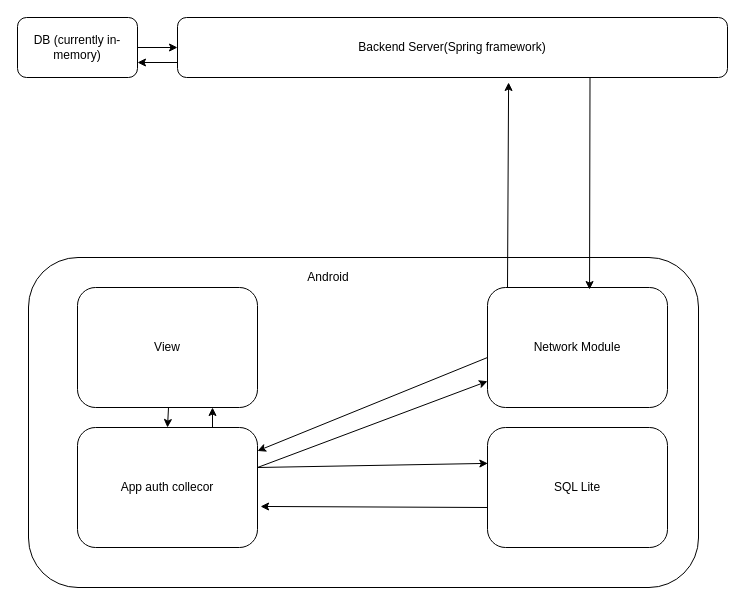
Earlier version of the draw.io diagram docs/architecture1.drawio (yeongyeongkim/pbl5_team7). Source tidied: cells renumbered, new cells numbered last; positions are measured from the earlier drawing's top-left corner, leaving out a move shared by most shapes. Both pictures are drawn from the tidied source at 100%, with x=0, y=0 at pixel (17, 17).
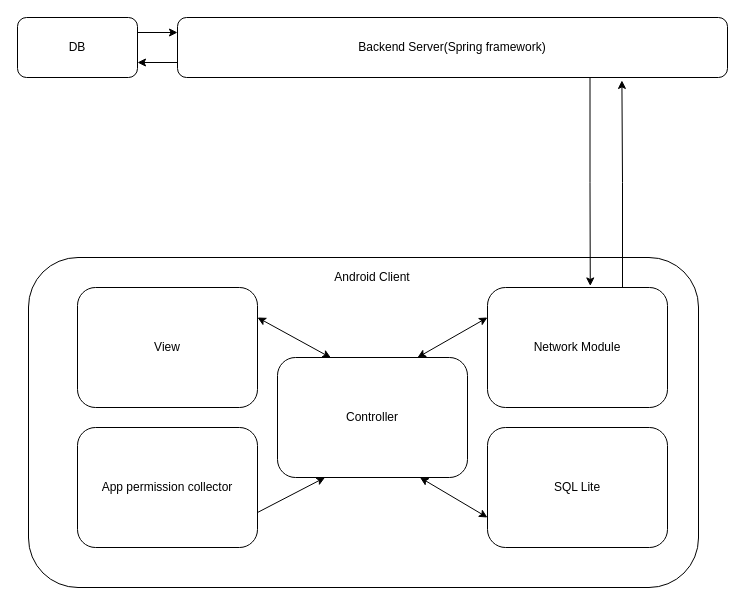
The same page after the edit.

Unchanged cells that the change refers to:
```xml
<mxCell id="3" value="Backend Server(Spring framework)" style="rounded=1;whiteSpace=wrap;html=1;" parent="1" vertex="1">
  <mxGeometry x="160" width="550" height="60" as="geometry" />
</mxCell>
<mxCell id="5" value="View" style="rounded=1;whiteSpace=wrap;html=1;" parent="1" vertex="1">
  <mxGeometry x="60" y="270" width="180" height="120" as="geometry" />
</mxCell>
<mxCell id="6" value="Network Module" style="rounded=1;whiteSpace=wrap;html=1;" parent="1" vertex="1">
  <mxGeometry x="470" y="270" width="180" height="120" as="geometry" />
</mxCell>
<mxCell id="8" value="SQL Lite" style="rounded=1;whiteSpace=wrap;html=1;" parent="1" vertex="1">
  <mxGeometry x="470" y="410" width="180" height="120" as="geometry" />
</mxCell>
```

Diff of the diagram source:
```diff
@@
+    <mxCell id="20" style="edgeStyle=orthogonalEdgeStyle;rounded=0;jettySize=auto;html=1;exitX=1;exitY=0.25;exitDx=0;exitDy=0;entryX=0;entryY=0.25;entryDx=0;entryDy=0;" parent="1" edge="1" source="2" target="3">
+      <mxGeometry relative="1" as="geometry" />
+    </mxCell>
-    <mxCell id="2" value="DB (currently in-&lt;br&gt;memory)" style="rounded=1;whiteSpace=wrap;html=1;" parent="1" vertex="1">
+    <mxCell id="2" value="DB" style="rounded=1;whiteSpace=wrap;html=1;" parent="1" vertex="1">
       <mxGeometry width="120" height="60" as="geometry" />
     </mxCell>
+    <mxCell id="12" style="edgeStyle=orthogonalEdgeStyle;rounded=0;jettySize=auto;html=1;exitX=0;exitY=0.75;exitDx=0;exitDy=0;entryX=1;entryY=0.75;entryDx=0;entryDy=0;" parent="1" edge="1" source="3" target="2">
+      <mxGeometry relative="1" as="geometry" />
+    </mxCell>
@@
+    <mxCell id="21" style="edgeStyle=orthogonalEdgeStyle;rounded=0;jettySize=auto;html=1;exitX=0.75;exitY=0;exitDx=0;exitDy=0;entryX=0.808;entryY=1.049;entryDx=0;entryDy=0;entryPerimeter=0;" parent="1" edge="1" source="6" target="3">
+      <mxGeometry relative="1" as="geometry" />
+    </mxCell>
@@
-    <mxCell id="7" value="App auth collecor" style="rounded=1;whiteSpace=wrap;html=1;" parent="1" vertex="1">
+    <mxCell id="7" value="App permission collector" style="rounded=1;whiteSpace=wrap;html=1;" parent="1" vertex="1">
       <mxGeometry x="60" y="410" width="180" height="120" as="geometry" />
     </mxCell>
@@
-    <mxCell id="9" style="endArrow=classic;html=1;entryX=0.602;entryY=1.083;entryDx=0;entryDy=0;entryPerimeter=0;" parent="1" edge="1" target="3">
-      <mxGeometry relative="1" as="geometry">
-        <mxPoint x="490" y="270" as="sourcePoint" />
-      </mxGeometry>
-    </mxCell>
+    <mxCell id="19" value="Android Client" style="text;html=1;strokeColor=none;fillColor=none;align=center;verticalAlign=middle;whiteSpace=wrap;rounded=0;" parent="1" vertex="1">
+      <mxGeometry x="305" y="240" width="100" height="40" as="geometry" />
+    </mxCell>
+    <mxCell id="22" value="Controller" style="rounded=1;whiteSpace=wrap;html=1;" parent="1" vertex="1">
+      <mxGeometry x="260" y="340" width="190" height="120" as="geometry" />
+    </mxCell>
-    <mxCell id="10" style="endArrow=classic;html=1;exitX=0.75;exitY=1;exitDx=0;exitDy=0;entryX=0.567;entryY=0.017;entryDx=0;entryDy=0;entryPerimeter=0;" parent="1" edge="1" source="3" target="6">
+    <mxCell id="10" style="edgeStyle=orthogonalEdgeStyle;rounded=0;jettySize=auto;html=1;exitX=0.75;exitY=1;exitDx=0;exitDy=0;entryX=0.571;entryY=-0.013;entryDx=0;entryDy=0;entryPerimeter=0;" parent="1" edge="1" source="3" target="6">
       <mxGeometry relative="1" as="geometry" />
     </mxCell>
-    <mxCell id="11" style="endArrow=classic;html=1;entryX=0;entryY=0.5;entryDx=0;entryDy=0;" parent="1" edge="1" target="3">
-      <mxGeometry relative="1" as="geometry">
-        <mxPoint x="120" y="30" as="sourcePoint" />
-      </mxGeometry>
-    </mxCell>
-    <mxCell id="12" style="endArrow=classic;html=1;entryX=1;entryY=0.75;entryDx=0;entryDy=0;exitX=0;exitY=0.75;exitDx=0;exitDy=0;" parent="1" edge="1" source="3" target="2">
-      <mxGeometry relative="1" as="geometry" />
-    </mxCell>
-    <mxCell id="13" style="endArrow=classic;html=1;entryX=0.5;entryY=0;entryDx=0;entryDy=0;" parent="1" edge="1" target="7">
-      <mxGeometry relative="1" as="geometry">
-        <mxPoint x="151" y="390" as="sourcePoint" />
-      </mxGeometry>
-    </mxCell>
-    <mxCell id="14" style="endArrow=classic;html=1;entryX=0.002;entryY=0.299;entryDx=0;entryDy=0;entryPerimeter=0;" parent="1" edge="1" target="8">
-      <mxGeometry relative="1" as="geometry">
-        <mxPoint x="240" y="450" as="sourcePoint" />
-      </mxGeometry>
-    </mxCell>
-    <mxCell id="15" style="endArrow=classic;html=1;entryX=1.017;entryY=0.658;entryDx=0;entryDy=0;entryPerimeter=0;" parent="1" edge="1" target="7">
-      <mxGeometry relative="1" as="geometry">
-        <mxPoint x="470" y="490" as="sourcePoint" />
-      </mxGeometry>
-    </mxCell>
-    <mxCell id="16" style="endArrow=classic;html=1;" parent="1" edge="1" target="7">
-      <mxGeometry relative="1" as="geometry">
-        <mxPoint x="470" y="340" as="sourcePoint" />
-      </mxGeometry>
-    </mxCell>
-    <mxCell id="17" style="endArrow=classic;html=1;" parent="1" edge="1" target="6">
-      <mxGeometry relative="1" as="geometry">
-        <mxPoint x="240" y="450" as="sourcePoint" />
-      </mxGeometry>
-    </mxCell>
-    <mxCell id="18" style="endArrow=classic;html=1;entryX=0.75;entryY=1;entryDx=0;entryDy=0;exitX=0.75;exitY=0;exitDx=0;exitDy=0;" parent="1" edge="1" source="7" target="5">
-      <mxGeometry relative="1" as="geometry" />
-    </mxCell>
-    <mxCell id="19" value="Android" style="text;html=1;strokeColor=none;fillColor=none;align=center;verticalAlign=middle;whiteSpace=wrap;rounded=0;" parent="1" vertex="1">
-      <mxGeometry x="261" y="240" width="100" height="40" as="geometry" />
-    </mxCell>
+    <mxCell id="23" style="endArrow=classic;startArrow=classic;html=1;entryX=0.281;entryY=0.002;entryDx=0;entryDy=0;entryPerimeter=0;" parent="1" edge="1" target="22">
+      <mxGeometry relative="1" as="geometry">
+        <mxPoint x="240" y="300" as="sourcePoint" />
+      </mxGeometry>
+    </mxCell>
+    <mxCell id="24" style="endArrow=classic;startArrow=classic;html=1;entryX=0;entryY=0.25;entryDx=0;entryDy=0;" parent="1" edge="1" target="6">
+      <mxGeometry relative="1" as="geometry">
+        <mxPoint x="400" y="340" as="sourcePoint" />
+      </mxGeometry>
+    </mxCell>
+    <mxCell id="25" style="endArrow=classic;startArrow=classic;html=1;exitX=0.75;exitY=1;exitDx=0;exitDy=0;entryX=0;entryY=0.75;entryDx=0;entryDy=0;" parent="1" edge="1" source="22" target="8">
+      <mxGeometry relative="1" as="geometry" />
+    </mxCell>
+    <mxCell id="26" style="endArrow=classic;html=1;entryX=0.25;entryY=1;entryDx=0;entryDy=0;" parent="1" edge="1" target="22">
+      <mxGeometry relative="1" as="geometry">
+        <mxPoint x="240" y="495" as="sourcePoint" />
+      </mxGeometry>
+    </mxCell>
```
